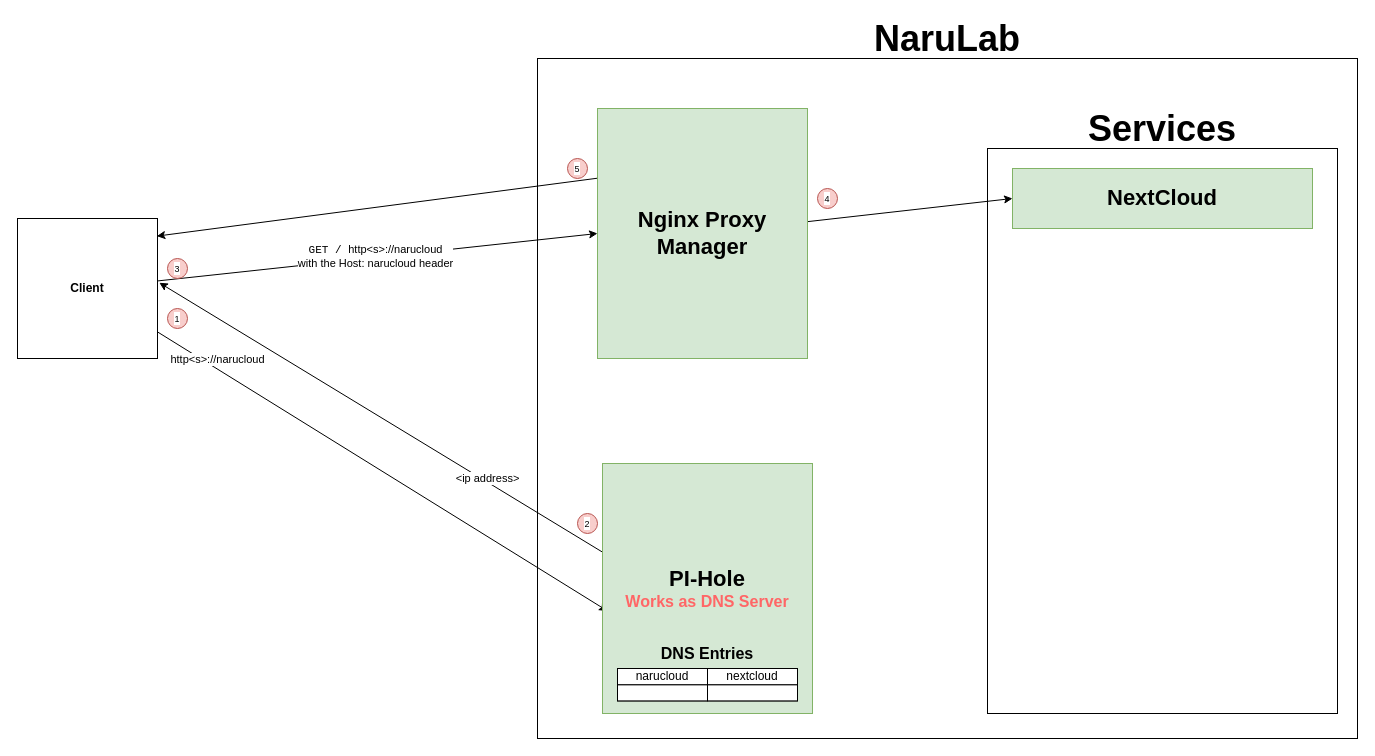
Above: diagram and example.drawio in OmarNaru1110/NaruLab (draw.io), before the change. Source tidied: cells renumbered, new cells numbered last; positions are measured from the earlier drawing's top-left corner, leaving out a move shared by most shapes. Both pictures are drawn from the tidied source at 100%, with x=0, y=0 at pixel (17, 18).
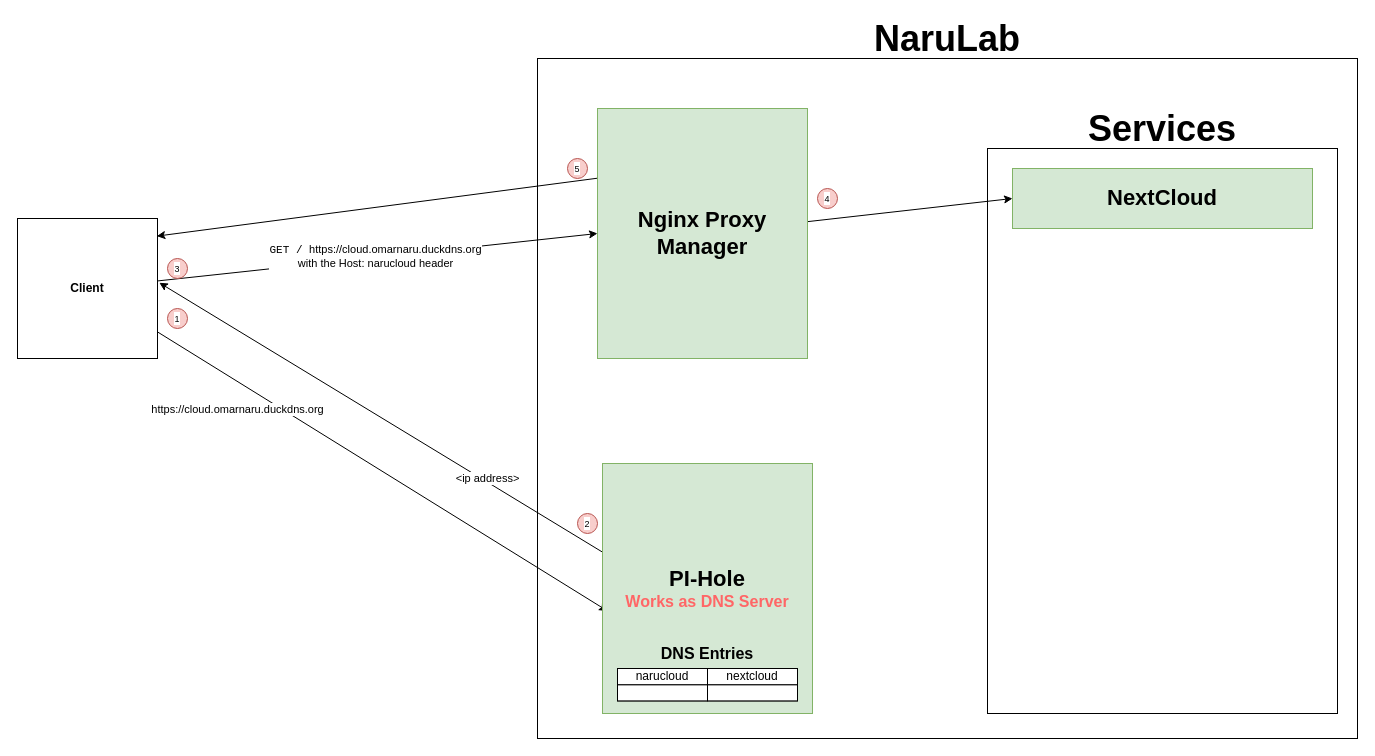
After the change.

The change refers to these unchanged cells:
```xml
<mxCell id="4" style="rounded=0;jettySize=auto;html=1;entryX=0.024;entryY=0.59;entryDx=0;entryDy=0;entryPerimeter=0;" parent="1" edge="1" source="8" target="14">
  <mxGeometry relative="1" as="geometry" />
</mxCell>
<mxCell id="6" style="edgeStyle=none;shape=connector;rounded=0;jettySize=auto;html=1;strokeColor=default;align=center;verticalAlign=middle;fontFamily=Helvetica;fontSize=11;fontColor=default;labelBackgroundColor=default;endArrow=classic;entryX=0;entryY=0.5;entryDx=0;entryDy=0;" parent="1" edge="1" source="8" target="25">
  <mxGeometry relative="1" as="geometry" />
</mxCell>
```

Diff of the diagram source:
```diff
@@
-    <mxCell id="5" value="http&amp;lt;s&amp;gt;://narucloud" style="edgeLabel;html=1;align=center;verticalAlign=middle;" parent="4" vertex="1">
+    <mxCell id="5" value="https://cloud.omarnaru.duckdns.org" style="edgeLabel;html=1;align=center;verticalAlign=middle;" parent="4" vertex="1">
       <mxGeometry x="-0.28" y="1" relative="1" as="geometry">
-        <mxPoint x="-103" y="-73" as="offset" />
+        <mxPoint x="-83" y="-23" as="offset" />
       </mxGeometry>
     </mxCell>
@@
-    <mxCell id="7" value="&lt;code&gt;GET /&amp;nbsp;&lt;/code&gt;http&amp;lt;s&amp;gt;://narucloud&lt;div&gt;with the Host: narucloud header&lt;/div&gt;" style="edgeLabel;html=1;align=center;verticalAlign=middle;fontFamily=Helvetica;fontSize=11;fontColor=default;labelBackgroundColor=default;" parent="6" vertex="1">
+    <mxCell id="7" value="&lt;code&gt;GET /&amp;nbsp;&lt;/code&gt;https://cloud.omarnaru.duckdns.org&lt;div&gt;with the Host: narucloud header&lt;/div&gt;" style="edgeLabel;html=1;align=center;verticalAlign=middle;fontFamily=Helvetica;fontSize=11;fontColor=default;labelBackgroundColor=default;" parent="6" vertex="1">
       <mxGeometry x="-0.01" y="1" relative="1" as="geometry" />
     </mxCell>
```
